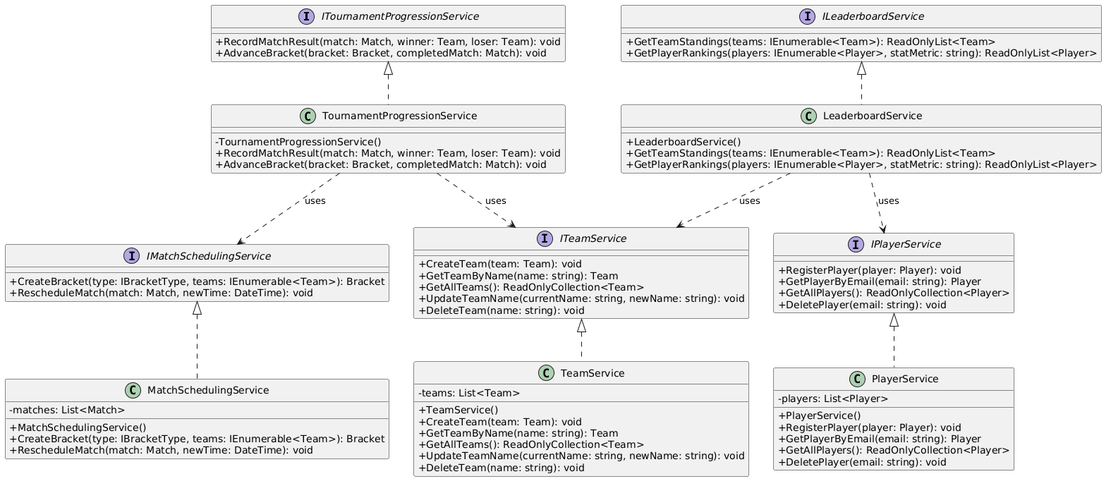
The PlantUML diagram Game-Bracket/Test2Memo_UML_Part2.png in linkevin03/Group-7-ITCS-3112, before a commit. Source of this version:
```plantuml
@startuml
skinparam classAttributeIconSize 0

interface ITournamentProgressionService {
    + RecordMatchResult(match: Match, winner: Team, loser: Team): void
    + AdvanceBracket(bracket: Bracket, completedMatch: Match): void
}

class TournamentProgressionService implements ITournamentProgressionService {
    - TournamentProgressionService()
    + RecordMatchResult(match: Match, winner: Team, loser: Team): void
    + AdvanceBracket(bracket: Bracket, completedMatch: Match): void
}

interface IMatchSchedulingService {
    + CreateBracket(type: IBracketType, teams: IEnumerable<Team>): Bracket
    + RescheduleMatch(match: Match, newTime: DateTime): void
}

class MatchSchedulingService implements IMatchSchedulingService {
    - matches: List<Match>
    + MatchSchedulingService()
    + CreateBracket(type: IBracketType, teams: IEnumerable<Team>): Bracket
    + RescheduleMatch(match: Match, newTime: DateTime): void
}

interface ITeamService {
    + CreateTeam(team: Team): void
    + GetTeamByName(name: string): Team
    + GetAllTeams(): ReadOnlyCollection<Team>
    + UpdateTeamName(currentName: string, newName: string): void
    + DeleteTeam(name: string): void
}

class TeamService implements ITeamService {
    - teams: List<Team>
    + TeamService()
    + CreateTeam(team: Team): void
    + GetTeamByName(name: string): Team
    + GetAllTeams(): ReadOnlyCollection<Team>
    + UpdateTeamName(currentName: string, newName: string): void
    + DeleteTeam(name: string): void
}

interface IPlayerService {
    + RegisterPlayer(player: Player): void
    + GetPlayerByEmail(email: string): Player
    + GetAllPlayers(): ReadOnlyCollection<Player>
    + DeletePlayer(email: string): void
}

class PlayerService implements IPlayerService {
    - players: List<Player>
    + PlayerService()
    + RegisterPlayer(player: Player): void
    + GetPlayerByEmail(email: string): Player
    + GetAllPlayers(): ReadOnlyCollection<Player>
    + DeletePlayer(email: string): void
}

interface ILeaderboardService {
    + GetTeamStandings(teams: IEnumerable<Team>): ReadOnlyList<Team>
    + GetPlayerRankings(players: IEnumerable<Player>, statMetric: string): ReadOnlyList<Player>
}

class LeaderboardService implements ILeaderboardService {
    + LeaderboardService()
    + GetTeamStandings(teams: IEnumerable<Team>): ReadOnlyList<Team>
    + GetPlayerRankings(players: IEnumerable<Player>, statMetric: string): ReadOnlyList<Player>
}

TournamentProgressionService ..> ITeamService : uses
TournamentProgressionService ..> IMatchSchedulingService : uses
LeaderboardService ..> ITeamService : uses
LeaderboardService ..> IPlayerService : uses
@enduml
```
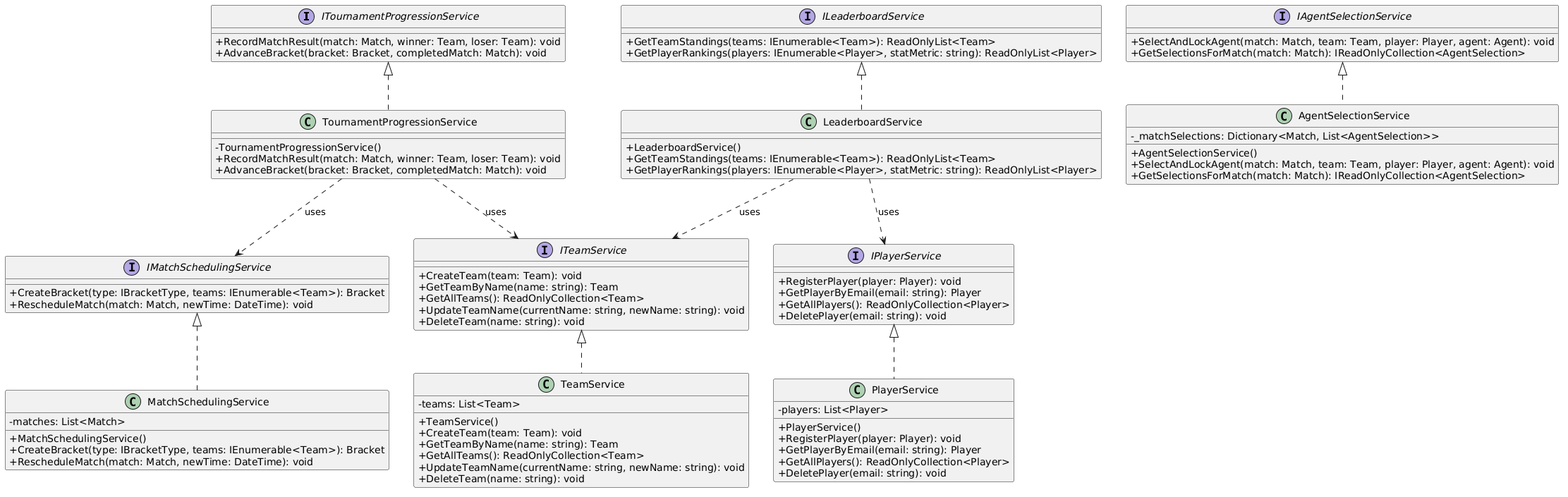
Above is the later version.

Commit message:
add agent selection and update Program.cs and UML

The edit, as a diff of the source:
```diff
@@ -1,15 +1,27 @@
 @startuml
 skinparam classAttributeIconSize 0
+skinparam linetype polyline
 
 interface ITournamentProgressionService {
     + RecordMatchResult(match: Match, winner: Team, loser: Team): void
     + AdvanceBracket(bracket: Bracket, completedMatch: Match): void
 }
 
-class TournamentProgressionService implements ITournamentProgressionService {
+class TournamentProgressionService {
     - TournamentProgressionService()
     + RecordMatchResult(match: Match, winner: Team, loser: Team): void
     + AdvanceBracket(bracket: Bracket, completedMatch: Match): void
+}
+
+interface ILeaderboardService {
+    + GetTeamStandings(teams: IEnumerable<Team>): ReadOnlyList<Team>
+    + GetPlayerRankings(players: IEnumerable<Player>, statMetric: string): ReadOnlyList<Player>
+}
+
+class LeaderboardService {
+    + LeaderboardService()
+    + GetTeamStandings(teams: IEnumerable<Team>): ReadOnlyList<Team>
+    + GetPlayerRankings(players: IEnumerable<Player>, statMetric: string): ReadOnlyList<Player>
 }
 
 interface IMatchSchedulingService {
@@ -17,7 +29,7 @@
     + RescheduleMatch(match: Match, newTime: DateTime): void
 }
 
-class MatchSchedulingService implements IMatchSchedulingService {
+class MatchSchedulingService {
     - matches: List<Match>
     + MatchSchedulingService()
     + CreateBracket(type: IBracketType, teams: IEnumerable<Team>): Bracket
@@ -32,7 +44,7 @@
     + DeleteTeam(name: string): void
 }
 
-class TeamService implements ITeamService {
+class TeamService {
     - teams: List<Team>
     + TeamService()
     + CreateTeam(team: Team): void
@@ -49,7 +61,7 @@
     + DeletePlayer(email: string): void
 }
 
-class PlayerService implements IPlayerService {
+class PlayerService {
     - players: List<Player>
     + PlayerService()
     + RegisterPlayer(player: Player): void
@@ -58,19 +70,28 @@
     + DeletePlayer(email: string): void
 }
 
-interface ILeaderboardService {
-    + GetTeamStandings(teams: IEnumerable<Team>): ReadOnlyList<Team>
-    + GetPlayerRankings(players: IEnumerable<Player>, statMetric: string): ReadOnlyList<Player>
+interface IAgentSelectionService {
+    + SelectAndLockAgent(match: Match, team: Team, player: Player, agent: Agent): void
+    + GetSelectionsForMatch(match: Match): IReadOnlyCollection<AgentSelection>
 }
 
-class LeaderboardService implements ILeaderboardService {
-    + LeaderboardService()
-    + GetTeamStandings(teams: IEnumerable<Team>): ReadOnlyList<Team>
-    + GetPlayerRankings(players: IEnumerable<Player>, statMetric: string): ReadOnlyList<Player>
+class AgentSelectionService {
+    - _matchSelections: Dictionary<Match, List<AgentSelection>>
+    + AgentSelectionService()
+    + SelectAndLockAgent(match: Match, team: Team, player: Player, agent: Agent): void
+    + GetSelectionsForMatch(match: Match): IReadOnlyCollection<AgentSelection>
 }
 
+ITournamentProgressionService <|.. TournamentProgressionService
+TournamentProgressionService ..> IMatchSchedulingService : uses
 TournamentProgressionService ..> ITeamService : uses
-TournamentProgressionService ..> IMatchSchedulingService : uses
+
+ILeaderboardService <|.. LeaderboardService
 LeaderboardService ..> ITeamService : uses
 LeaderboardService ..> IPlayerService : uses
+
+IMatchSchedulingService <|.. MatchSchedulingService
+ITeamService <|.. TeamService
+IPlayerService <|.. PlayerService
+IAgentSelectionService <|.. AgentSelectionService
 @enduml
```
